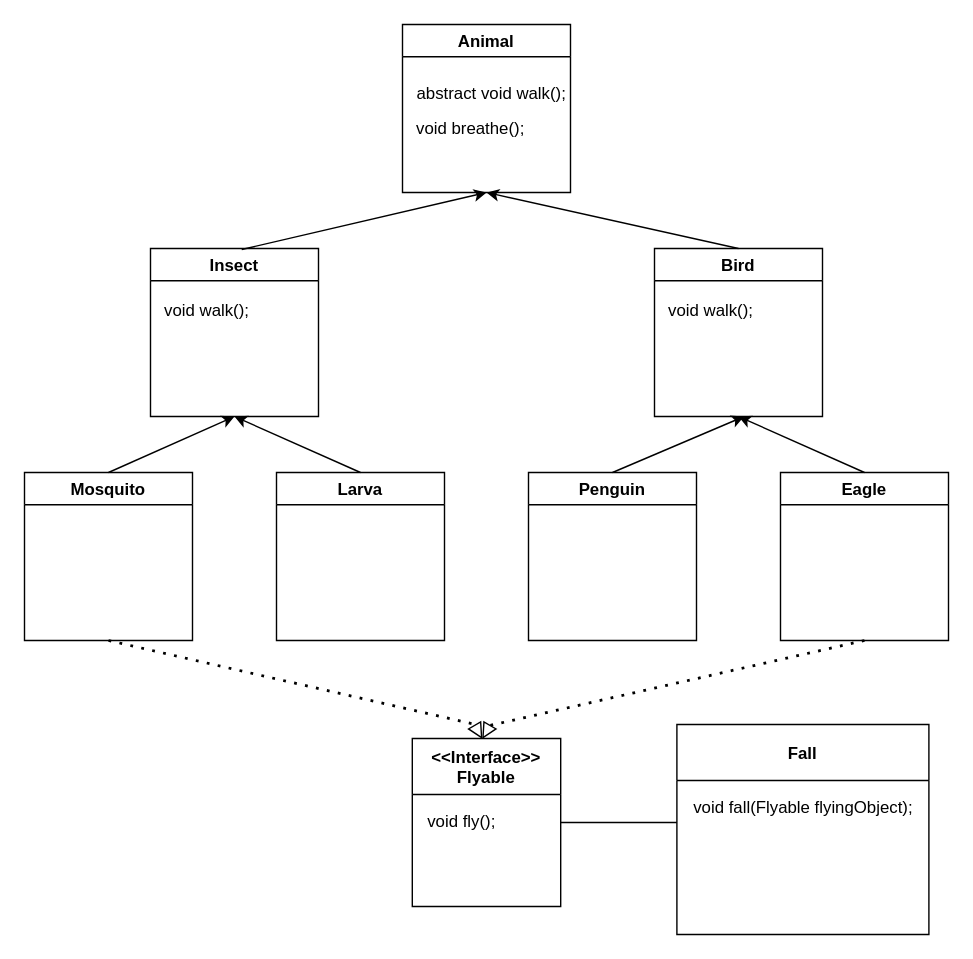
The draw.io diagram 제목 없는 다이어그램.drawio in jilpoom/AbstractClass, before the edit. Source tidied: cells renumbered, new cells numbered last; positions are measured from the earlier drawing's top-left corner, leaving out a move shared by most shapes. Both pictures are drawn from the tidied source at 140%, with x=0, y=0 at pixel (24, 24).
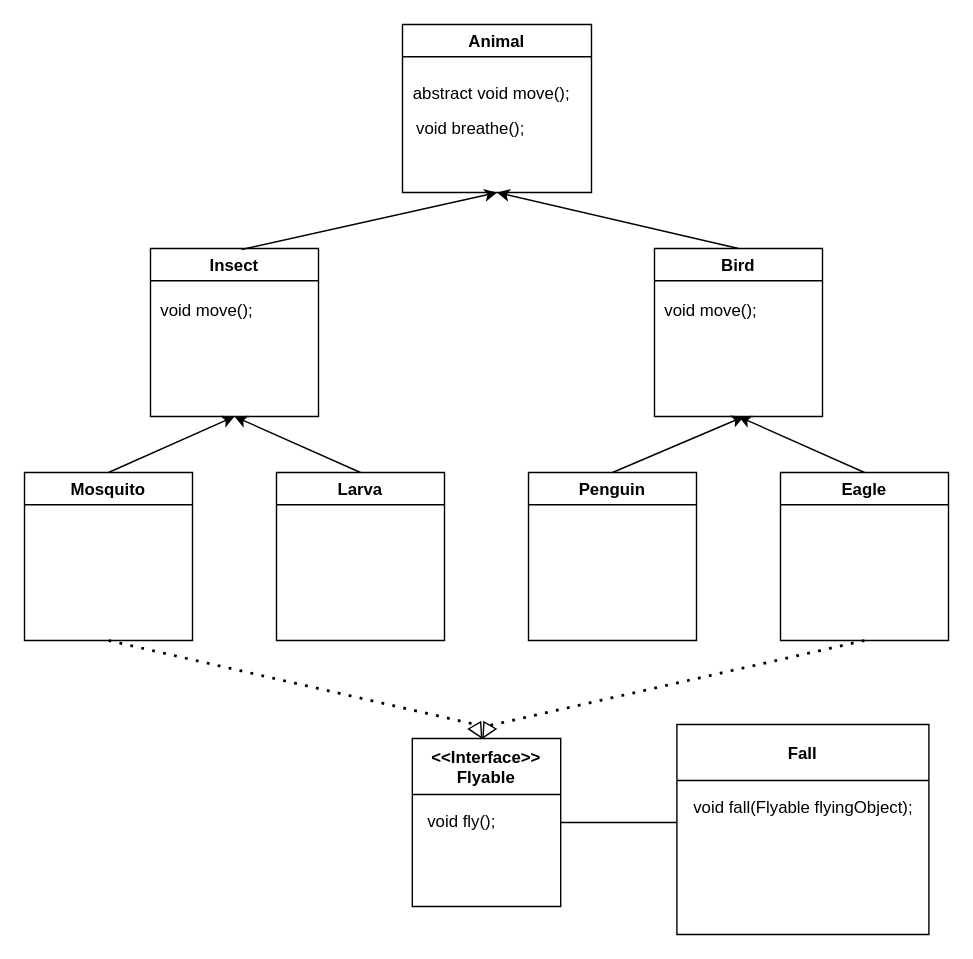
The same page after the edit.

Commit message:
제목 없는 다이어그램.drawio 업데이트

The change refers to these unchanged cells:
```xml
<mxCell id="5" value="Insect" style="swimlane;" parent="1" vertex="1">
  <mxGeometry x="90" y="160" width="120" height="120" as="geometry" />
</mxCell>
<mxCell id="7" value="Bird" style="swimlane;" parent="1" vertex="1">
  <mxGeometry x="450" y="160" width="120" height="120" as="geometry" />
</mxCell>
```

What changed in the source:
```diff
@@
     <mxCell id="2" value="Animal" style="swimlane;" parent="1" vertex="1">
-      <mxGeometry x="270" width="120" height="120" as="geometry" />
+      <mxGeometry x="270" width="135" height="120" as="geometry" />
     </mxCell>
-    <mxCell id="3" value="abstract void walk();&amp;nbsp;" style="text;html=1;align=center;verticalAlign=middle;strokeColor=none;fillColor=none;" parent="2" vertex="1">
-      <mxGeometry y="35" width="130" height="30" as="geometry" />
+    <mxCell id="3" value="abstract void move();&amp;nbsp;" style="text;html=1;align=center;verticalAlign=middle;strokeColor=none;fillColor=none;" parent="2" vertex="1">
+      <mxGeometry x="-5" y="35" width="140" height="30" as="geometry" />
     </mxCell>
@@
-    <mxCell id="6" value="void walk();" style="text;html=1;align=center;verticalAlign=middle;strokeColor=none;fillColor=none;" parent="5" vertex="1">
-      <mxGeometry y="30" width="80" height="30" as="geometry" />
+    <mxCell id="6" value="void move();" style="text;html=1;align=center;verticalAlign=middle;strokeColor=none;fillColor=none;" parent="5" vertex="1">
+      <mxGeometry x="-5" y="30" width="90" height="30" as="geometry" />
     </mxCell>
@@
-    <mxCell id="8" value="void walk();" style="text;html=1;align=center;verticalAlign=middle;strokeColor=none;fillColor=none;" parent="7" vertex="1">
-      <mxGeometry y="30" width="80" height="30" as="geometry" />
+    <mxCell id="8" value="void move();" style="text;html=1;align=center;verticalAlign=middle;strokeColor=none;fillColor=none;" parent="7" vertex="1">
+      <mxGeometry x="-5" y="30" width="90" height="30" as="geometry" />
     </mxCell>
```
